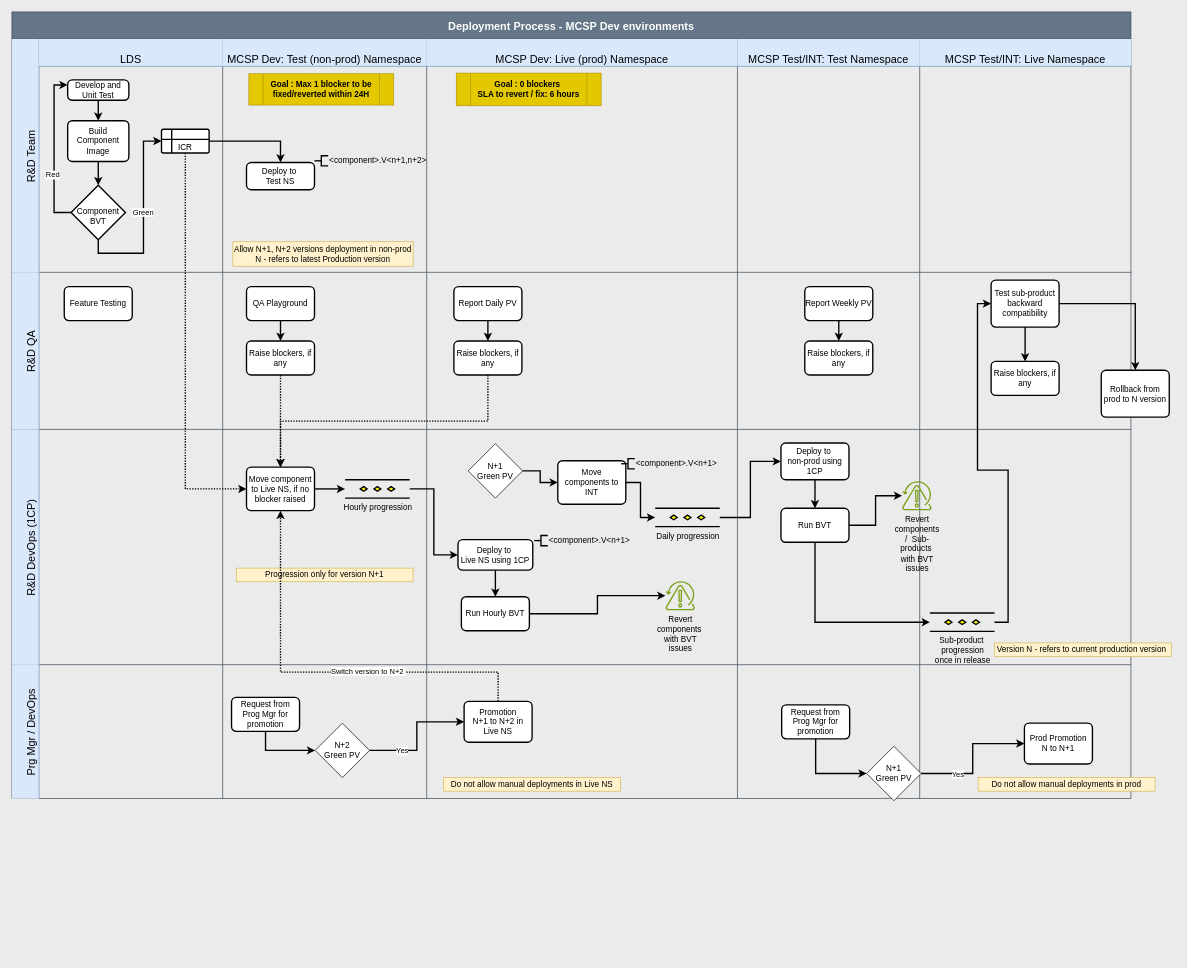
Above: page "Dev Env" (1 of 2) of Release process.drawio in prasad-gsk-IBM/myibmrepo-prasad (draw.io), before the change. Source tidied: cells renumbered, new cells numbered last; positions are measured from the earlier drawing's top-left corner, leaving out a move shared by most shapes. Both pictures are drawn from the tidied source at 68%, with x=0, y=0 at pixel (12, 12).
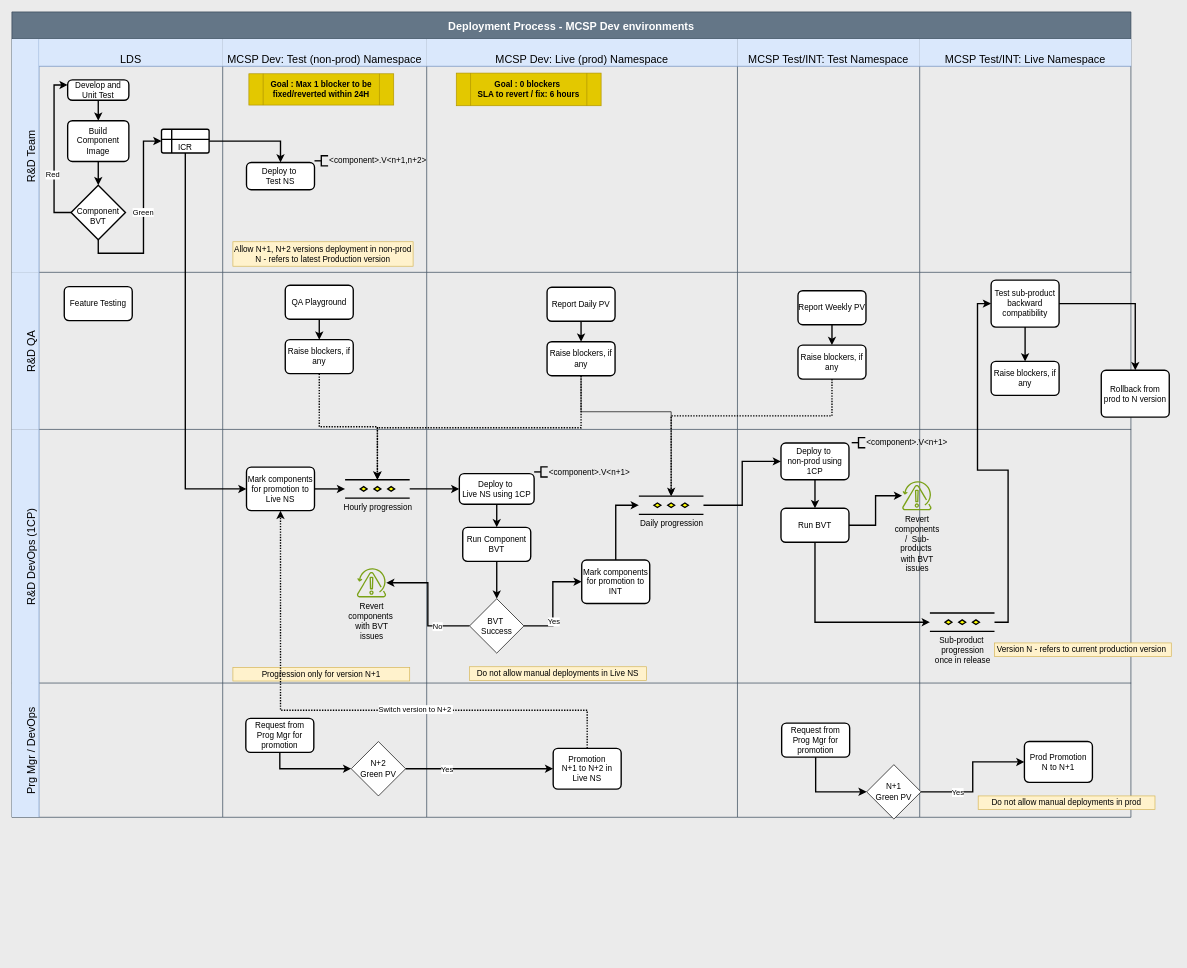
Above is the later version.

The change refers to these unchanged cells:
```xml
<mxCell id="11" value="ICR" style="shape=internalStorage;whiteSpace=wrap;html=1;dx=15;dy=15;rounded=1;arcSize=8;strokeWidth=2;verticalAlign=bottom;" parent="4" vertex="1">
  <mxGeometry x="180" y="132.5" width="70" height="35" as="geometry" />
</mxCell>
<mxCell id="28" style="swimlane;swimlaneHead=0;swimlaneBody=0;fontStyle=0;strokeColor=#6c8ebf;fillColor=#dae8fc;startSize=0;fontSize=16;verticalAlign=bottom;strokeWidth=2;" parent="25" vertex="1">
  <mxGeometry x="310" width="300" height="231" as="geometry" />
</mxCell>
<mxCell id="32" style="swimlane;swimlaneHead=0;swimlaneBody=0;fontStyle=0;strokeColor=#6c8ebf;fillColor=#dae8fc;startSize=0;fontSize=16;verticalAlign=bottom;strokeWidth=2;" parent="25" vertex="1">
  <mxGeometry x="610" width="457" height="231" as="geometry" />
</mxCell>
<mxCell id="36" style="swimlane;swimlaneHead=0;swimlaneBody=0;fontStyle=0;strokeColor=#6c8ebf;fillColor=#dae8fc;startSize=0;fontSize=16;verticalAlign=bottom;strokeWidth=2;" parent="25" vertex="1">
  <mxGeometry x="1067" width="268" height="231" as="geometry" />
</mxCell>
<mxCell id="51" value="Hourly progression" style="verticalLabelPosition=bottom;verticalAlign=top;html=1;shape=mxgraph.flowchart.parallel_mode;strokeWidth=2;" parent="48" vertex="1">
  <mxGeometry x="180" y="74" width="95" height="27" as="geometry" />
</mxCell>
<mxCell id="63" style="edgeStyle=orthogonalEdgeStyle;rounded=0;jettySize=auto;html=1;exitX=1;exitY=0.5;exitDx=0;exitDy=0;strokeWidth=2;entryX=0;entryY=0.5;entryDx=0;entryDy=0;" parent="53" edge="1" source="61" target="62">
  <mxGeometry relative="1" as="geometry" />
</mxCell>
<mxCell id="83" style="swimlane;swimlaneHead=0;swimlaneBody=0;fontStyle=0;strokeColor=#6c8ebf;fillColor=#dae8fc;startSize=0;fontSize=16;verticalAlign=bottom;" parent="81" vertex="1">
  <mxGeometry x="310" width="300" height="197" as="geometry" />
</mxCell>
<mxCell id="87" style="swimlane;swimlaneHead=0;swimlaneBody=0;fontStyle=0;strokeColor=#6c8ebf;fillColor=#dae8fc;startSize=0;fontSize=16;verticalAlign=bottom;" parent="81" vertex="1">
  <mxGeometry x="610" width="457" height="197" as="geometry" />
</mxCell>
```

The edit, as a diff of the source:
```diff
@@
     <mxCell id="2" value="Deployment Process - MCSP Dev environments" style="shape=table;childLayout=tableLayout;startSize=40;fontSize=16;fontStyle=1;fillColor=#647687;fontColor=#ffffff;strokeColor=#314354;" parent="1" vertex="1">
-      <mxGeometry width="1645.6" height="1156.7" as="geometry" />
+      <mxGeometry width="1645.6" height="1184.4" as="geometry" />
     </mxCell>
@@
     <mxCell id="30" value="QA Playground" style="rounded=1;whiteSpace=wrap;html=1;absoluteArcSize=1;arcSize=14;strokeWidth=2;" parent="28" vertex="1">
-      <mxGeometry x="35" y="21" width="100" height="50" as="geometry" />
+      <mxGeometry x="92" y="19" width="100" height="50" as="geometry" />
     </mxCell>
     <mxCell id="31" value="Raise blockers, if any" style="rounded=1;whiteSpace=wrap;html=1;absoluteArcSize=1;arcSize=14;strokeWidth=2;" parent="28" vertex="1">
-      <mxGeometry x="35" y="101" width="100" height="50" as="geometry" />
+      <mxGeometry x="92" y="99" width="100" height="50" as="geometry" />
     </mxCell>
@@
     <mxCell id="34" value="Report Daily PV" style="rounded=1;whiteSpace=wrap;html=1;absoluteArcSize=1;arcSize=14;strokeWidth=2;" parent="32" vertex="1">
-      <mxGeometry x="40" y="21" width="100" height="50" as="geometry" />
+      <mxGeometry x="177" y="22" width="100" height="50" as="geometry" />
     </mxCell>
     <mxCell id="35" value="Raise blockers, if any" style="rounded=1;whiteSpace=wrap;html=1;absoluteArcSize=1;arcSize=14;strokeWidth=2;" parent="32" vertex="1">
-      <mxGeometry x="40" y="101" width="100" height="50" as="geometry" />
+      <mxGeometry x="177" y="102" width="100" height="50" as="geometry" />
     </mxCell>
@@
     <mxCell id="37" value="Report Weekly PV" style="rounded=1;whiteSpace=wrap;html=1;absoluteArcSize=1;arcSize=14;strokeWidth=2;" parent="36" vertex="1">
-      <mxGeometry x="99" y="21" width="100" height="50" as="geometry" />
+      <mxGeometry x="89" y="27" width="100" height="50" as="geometry" />
     </mxCell>
     <mxCell id="38" value="Raise blockers, if any" style="rounded=1;whiteSpace=wrap;html=1;absoluteArcSize=1;arcSize=14;strokeWidth=2;" parent="36" vertex="1">
-      <mxGeometry x="99" y="101" width="100" height="50" as="geometry" />
+      <mxGeometry x="89" y="107" width="100" height="50" as="geometry" />
     </mxCell>
@@
     <mxCell id="46" value="R&amp;D DevOps (1CP)" style="shape=tableRow;horizontal=0;swimlaneHead=0;swimlaneBody=0;top=0;left=0;strokeColor=#6c8ebf;bottom=0;right=0;fontStyle=0;fillColor=#dae8fc;startSize=40;fontSize=16;flipV=0;flipH=0;verticalAlign=bottom;" parent="2" vertex="1">
-      <mxGeometry y="614" width="1645.6" height="346" as="geometry" />
+      <mxGeometry y="614" width="1645.6" height="373" as="geometry" />
     </mxCell>
     <mxCell id="47" style="swimlane;swimlaneHead=0;swimlaneBody=0;fontStyle=0;strokeColor=#6c8ebf;fillColor=#dae8fc;startSize=0;fontSize=16;verticalAlign=bottom;" parent="46" vertex="1">
-      <mxGeometry x="40" width="270" height="346" as="geometry" />
+      <mxGeometry x="40" width="270" height="373" as="geometry" />
     </mxCell>
     <mxCell id="48" style="swimlane;swimlaneHead=0;swimlaneBody=0;fontStyle=0;strokeColor=#6c8ebf;fillColor=#dae8fc;startSize=0;fontSize=16;verticalAlign=bottom;" parent="46" vertex="1">
-      <mxGeometry x="310" width="300" height="346" as="geometry" />
+      <mxGeometry x="310" width="300" height="373" as="geometry" />
     </mxCell>
-    <mxCell id="49" value="Move component to Live NS, if no blocker raised" style="rounded=1;whiteSpace=wrap;html=1;absoluteArcSize=1;arcSize=14;strokeWidth=2;" parent="48" vertex="1">
+    <mxCell id="49" value="Mark components for promotion to Live NS" style="rounded=1;whiteSpace=wrap;html=1;absoluteArcSize=1;arcSize=14;strokeWidth=2;" parent="48" vertex="1">
       <mxGeometry x="35" y="55.5" width="100" height="64" as="geometry" />
     </mxCell>
@@
     <mxCell id="52" value="Progression only for version N+1" style="html=1;whiteSpace=wrap;fillColor=#fff2cc;strokeColor=#d6b656;" parent="48" vertex="1">
-      <mxGeometry x="20" y="204" width="260" height="20" as="geometry" />
+      <mxGeometry x="15" y="350" width="260" height="20" as="geometry" />
     </mxCell>
     <mxCell id="53" style="swimlane;swimlaneHead=0;swimlaneBody=0;fontStyle=0;strokeColor=#6c8ebf;fillColor=#dae8fc;startSize=0;fontSize=16;verticalAlign=bottom;" parent="46" vertex="1">
-      <mxGeometry x="610" width="457" height="346" as="geometry" />
+      <mxGeometry x="610" width="457" height="373" as="geometry" />
     </mxCell>
@@
     <mxCell id="55" value="Deploy to&amp;nbsp;&lt;div&gt;Live NS using 1CP&lt;/div&gt;" style="rounded=1;whiteSpace=wrap;html=1;absoluteArcSize=1;arcSize=14;strokeWidth=2;" parent="53" vertex="1">
-      <mxGeometry x="46" y="162" width="110" height="45" as="geometry" />
+      <mxGeometry x="48" y="65" width="110" height="45" as="geometry" />
     </mxCell>
     <mxCell id="56" value="&amp;lt;component&amp;gt;.V&amp;lt;n+1&amp;gt;" style="strokeWidth=2;html=1;shape=mxgraph.flowchart.annotation_2;align=left;labelPosition=right;" parent="53" vertex="1">
-      <mxGeometry x="158" y="156" width="20" height="15" as="geometry" />
+      <mxGeometry x="158" y="55" width="20" height="15" as="geometry" />
     </mxCell>
-    <mxCell id="57" value="Run Hourly BVT" style="rounded=1;whiteSpace=wrap;html=1;absoluteArcSize=1;arcSize=14;strokeWidth=2;" parent="53" vertex="1">
-      <mxGeometry x="51" y="246" width="100" height="50" as="geometry" />
+    <mxCell id="57" value="Run Component&lt;div&gt;BVT&lt;/div&gt;" style="rounded=1;whiteSpace=wrap;html=1;absoluteArcSize=1;arcSize=14;strokeWidth=2;" parent="53" vertex="1">
+      <mxGeometry x="53" y="144" width="100" height="50" as="geometry" />
     </mxCell>
@@
-    <mxCell id="59" style="edgeStyle=orthogonalEdgeStyle;rounded=0;jettySize=auto;html=1;entryX=1;entryY=0.5;entryDx=0;entryDy=0;strokeWidth=2;startArrow=classic;startFill=1;endArrow=none;" parent="53" edge="1" source="60" target="57">
+    <mxCell id="59" style="edgeStyle=orthogonalEdgeStyle;rounded=0;jettySize=auto;html=1;entryX=0;entryY=0.5;entryDx=0;entryDy=0;strokeWidth=2;startArrow=classic;startFill=1;endArrow=none;" parent="53" edge="1" source="60" target="61">
       <mxGeometry relative="1" as="geometry" />
     </mxCell>
+    <mxCell id="109" value="No" style="edgeLabel;html=1;align=center;verticalAlign=middle;" parent="59" vertex="1">
+      <mxGeometry x="0.49" relative="1" as="geometry" />
+    </mxCell>
+    <mxCell id="64" value="Daily progression" style="verticalLabelPosition=bottom;verticalAlign=top;html=1;shape=mxgraph.flowchart.parallel_mode;strokeWidth=2;" parent="53" vertex="1">
+      <mxGeometry x="312" y="98" width="95" height="27" as="geometry" />
+    </mxCell>
+    <mxCell id="89" value="Do not allow manual deployments in Live NS" style="html=1;whiteSpace=wrap;fillColor=#fff2cc;strokeColor=#d6b656;" parent="53" vertex="1">
+      <mxGeometry x="63" y="349" width="260" height="20" as="geometry" />
+    </mxCell>
+    <mxCell id="61" value="BVT&amp;nbsp;&lt;div&gt;Success&lt;/div&gt;" style="rhombus;whiteSpace=wrap;html=1;" parent="53" vertex="1">
+      <mxGeometry x="63" y="249" width="80" height="80" as="geometry" />
+    </mxCell>
     <mxCell id="60" value="&lt;span style=&quot;color: rgb(0, 0, 0); text-wrap-mode: wrap;&quot;&gt;Revert components&amp;nbsp;&lt;/span&gt;&lt;div&gt;&lt;span style=&quot;color: rgb(0, 0, 0); text-wrap-mode: wrap;&quot;&gt;with BVT issues&lt;/span&gt;&lt;/div&gt;" style="sketch=0;outlineConnect=0;fontColor=#232F3E;gradientColor=none;fillColor=#7AA116;strokeColor=none;dashed=0;verticalLabelPosition=bottom;verticalAlign=top;align=center;html=1;fontSize=12;fontStyle=0;shape=mxgraph.aws4.backup_recovery_point_objective;" parent="53" vertex="1">
-      <mxGeometry x="351" y="223" width="43.6" height="43" as="geometry" />
+      <mxGeometry x="-103" y="204" width="43.6" height="43" as="geometry" />
     </mxCell>
-    <mxCell id="61" value="N+1&lt;div&gt;Green PV&lt;/div&gt;" style="rhombus;whiteSpace=wrap;html=1;" parent="53" vertex="1">
-      <mxGeometry x="61" y="21" width="80" height="80" as="geometry" />
-    </mxCell>
-    <mxCell id="62" value="Move components to INT" style="rounded=1;whiteSpace=wrap;html=1;absoluteArcSize=1;arcSize=14;strokeWidth=2;" parent="53" vertex="1">
-      <mxGeometry x="192.8" y="46" width="100" height="64" as="geometry" />
+    <mxCell id="62" value="Mark components for promotion to INT" style="rounded=1;whiteSpace=wrap;html=1;absoluteArcSize=1;arcSize=14;strokeWidth=2;" parent="53" vertex="1">
+      <mxGeometry x="228" y="192" width="100" height="64" as="geometry" />
     </mxCell>
+    <mxCell id="65" style="edgeStyle=orthogonalEdgeStyle;rounded=0;jettySize=auto;html=1;exitX=0.5;exitY=0;exitDx=0;exitDy=0;entryX=0;entryY=0.5;entryDx=0;entryDy=0;strokeWidth=2;" parent="53" edge="1" source="62" target="64">
+      <mxGeometry relative="1" as="geometry" />
+    </mxCell>
@@
-    <mxCell id="64" value="Daily progression" style="verticalLabelPosition=bottom;verticalAlign=top;html=1;shape=mxgraph.flowchart.parallel_mode;strokeWidth=2;" parent="53" vertex="1">
-      <mxGeometry x="336" y="116" width="95" height="27" as="geometry" />
-    </mxCell>
-    <mxCell id="65" style="edgeStyle=orthogonalEdgeStyle;rounded=0;jettySize=auto;html=1;exitX=1;exitY=0.5;exitDx=0;exitDy=0;entryX=0;entryY=0.5;entryDx=0;entryDy=0;strokeWidth=2;" parent="53" edge="1" source="62" target="64">
-      <mxGeometry relative="1" as="geometry" />
-    </mxCell>
+    <mxCell id="110" value="Yes" style="edgeLabel;html=1;align=center;verticalAlign=middle;" parent="63" vertex="1">
+      <mxGeometry x="-0.34" y="-1" relative="1" as="geometry" />
+    </mxCell>
+    <mxCell id="111" style="edgeStyle=none;rounded=0;jettySize=auto;html=1;exitX=0.5;exitY=1;exitDx=0;exitDy=0;entryX=0.5;entryY=0;entryDx=0;entryDy=0;strokeWidth=2;" parent="53" edge="1" source="57" target="61">
+      <mxGeometry relative="1" as="geometry" />
+    </mxCell>
     <mxCell id="66" style="swimlane;swimlaneHead=0;swimlaneBody=0;fontStyle=0;strokeColor=#6c8ebf;fillColor=#dae8fc;startSize=0;fontSize=16;verticalAlign=bottom;" parent="46" vertex="1">
-      <mxGeometry x="1067" width="268" height="346" as="geometry" />
+      <mxGeometry x="1067" width="268" height="373" as="geometry" />
     </mxCell>
@@
+    <mxCell id="107" value="&amp;lt;component&amp;gt;.V&amp;lt;n+1&amp;gt;" style="strokeWidth=2;html=1;shape=mxgraph.flowchart.annotation_2;align=left;labelPosition=right;" parent="66" vertex="1">
+      <mxGeometry x="168" y="12" width="20" height="15" as="geometry" />
+    </mxCell>
+    <mxCell id="108" style="edgeStyle=none;rounded=0;orthogonalLoop=1;jettySize=auto;html=1;exitX=1;exitY=0.5;exitDx=0;exitDy=0;exitPerimeter=0;" parent="66" edge="1" source="107" target="107">
+      <mxGeometry relative="1" as="geometry" />
+    </mxCell>
     <mxCell id="77" style="swimlane;swimlaneHead=0;swimlaneBody=0;fontStyle=0;strokeColor=#6c8ebf;fillColor=#dae8fc;startSize=0;fontSize=16;verticalAlign=bottom;" parent="46" vertex="1">
-      <mxGeometry x="1335" width="311" height="346" as="geometry" />
+      <mxGeometry x="1335" width="311" height="373" as="geometry" />
     </mxCell>
@@
     <mxCell id="81" value="Prg Mgr / DevOps" style="shape=tableRow;horizontal=0;swimlaneHead=0;swimlaneBody=0;top=0;left=0;strokeColor=#6c8ebf;bottom=0;right=0;fontStyle=0;fillColor=#dae8fc;startSize=40;fontSize=16;flipV=0;flipH=0;verticalAlign=bottom;" parent="2" vertex="1">
-      <mxGeometry y="960" width="1645.6" height="197" as="geometry" />
+      <mxGeometry y="987" width="1645.6" height="197" as="geometry" />
     </mxCell>
@@
     <mxCell id="84" value="N+2&lt;div&gt;Green PV&lt;/div&gt;" style="rhombus;whiteSpace=wrap;html=1;" parent="83" vertex="1">
-      <mxGeometry x="136" y="86" width="80" height="80" as="geometry" />
+      <mxGeometry x="189" y="86" width="80" height="80" as="geometry" />
     </mxCell>
@@
     <mxCell id="86" value="Request from Prog Mgr for promotion" style="rounded=1;whiteSpace=wrap;html=1;absoluteArcSize=1;arcSize=14;strokeWidth=2;" parent="83" vertex="1">
-      <mxGeometry x="13" y="48" width="100" height="50" as="geometry" />
+      <mxGeometry x="34" y="52" width="100" height="50" as="geometry" />
     </mxCell>
@@
     <mxCell id="88" value="Promotion&lt;div&gt;N+1 to N+2 in Live NS&lt;/div&gt;" style="rounded=1;whiteSpace=wrap;html=1;absoluteArcSize=1;arcSize=14;strokeWidth=2;" parent="87" vertex="1">
-      <mxGeometry x="55" y="54" width="100" height="60" as="geometry" />
+      <mxGeometry x="186" y="96" width="100" height="60" as="geometry" />
     </mxCell>
-    <mxCell id="89" value="Do not allow manual deployments in Live NS" style="html=1;whiteSpace=wrap;fillColor=#fff2cc;strokeColor=#d6b656;" parent="87" vertex="1">
-      <mxGeometry x="25" y="166" width="260" height="20" as="geometry" />
-    </mxCell>
@@
-    <mxCell id="101" style="edgeStyle=orthogonalEdgeStyle;rounded=0;jettySize=auto;html=1;exitX=0.5;exitY=1;exitDx=0;exitDy=0;entryX=0;entryY=0.5;entryDx=0;entryDy=0;strokeWidth=2;dashed=1;dashPattern=1 1;" parent="2" edge="1" source="11" target="49">
+    <mxCell id="101" style="edgeStyle=orthogonalEdgeStyle;rounded=0;jettySize=auto;html=1;exitX=0.5;exitY=1;exitDx=0;exitDy=0;entryX=0;entryY=0.5;entryDx=0;entryDy=0;strokeWidth=2;dashPattern=1 1;" parent="2" edge="1" source="11" target="49">
       <mxGeometry relative="1" as="geometry" />
     </mxCell>
-    <mxCell id="102" style="edgeStyle=orthogonalEdgeStyle;rounded=0;jettySize=auto;html=1;exitX=0.5;exitY=1;exitDx=0;exitDy=0;entryX=0.5;entryY=0;entryDx=0;entryDy=0;strokeWidth=2;dashed=1;dashPattern=1 1;" parent="2" edge="1" source="31" target="49">
+    <mxCell id="102" style="edgeStyle=orthogonalEdgeStyle;rounded=0;jettySize=auto;html=1;exitX=0.5;exitY=1;exitDx=0;exitDy=0;entryX=0.5;entryY=0;entryDx=0;entryDy=0;strokeWidth=2;dashed=1;dashPattern=1 1;entryPerimeter=0;" parent="2" edge="1" source="31" target="51">
       <mxGeometry relative="1" as="geometry" />
     </mxCell>
-    <mxCell id="103" style="edgeStyle=orthogonalEdgeStyle;rounded=0;jettySize=auto;html=1;strokeWidth=2;dashed=1;dashPattern=1 1;exitX=0.5;exitY=1;exitDx=0;exitDy=0;entryX=0.5;entryY=0;entryDx=0;entryDy=0;" parent="2" edge="1" source="35" target="49">
+    <mxCell id="103" style="edgeStyle=orthogonalEdgeStyle;rounded=0;jettySize=auto;html=1;strokeWidth=2;dashed=1;dashPattern=1 1;exitX=0.5;exitY=1;exitDx=0;exitDy=0;entryX=0.5;entryY=0;entryDx=0;entryDy=0;entryPerimeter=0;" parent="2" edge="1" source="35" target="51">
       <mxGeometry relative="1" as="geometry" />
     </mxCell>
-    <mxCell id="104" style="edgeStyle=orthogonalEdgeStyle;rounded=0;jettySize=auto;html=1;exitX=0.5;exitY=0;exitDx=0;exitDy=0;entryX=0.5;entryY=1;entryDx=0;entryDy=0;strokeWidth=2;dashed=1;dashPattern=1 1;" parent="2" edge="1" source="88" target="49">
+    <mxCell id="104" style="edgeStyle=orthogonalEdgeStyle;rounded=0;jettySize=auto;html=1;entryX=0.5;entryY=1;entryDx=0;entryDy=0;strokeWidth=2;dashed=1;dashPattern=1 1;exitX=0.5;exitY=0;exitDx=0;exitDy=0;" parent="2" edge="1" source="88" target="49">
       <mxGeometry relative="1" as="geometry">
         <Array as="points">
-          <mxPoint x="715" y="971" />
-          <mxPoint x="395" y="971" />
+          <mxPoint x="846" y="1027" />
+          <mxPoint x="395" y="1027" />
         </Array>
       </mxGeometry>
     </mxCell>
@@
-    <mxCell id="107" value="&amp;lt;component&amp;gt;.V&amp;lt;n+1&amp;gt;" style="strokeWidth=2;html=1;shape=mxgraph.flowchart.annotation_2;align=left;labelPosition=right;" parent="1" vertex="1">
-      <mxGeometry x="896" y="657" width="20" height="15" as="geometry" />
-    </mxCell>
-    <mxCell id="108" style="edgeStyle=none;rounded=0;orthogonalLoop=1;jettySize=auto;html=1;exitX=1;exitY=0.5;exitDx=0;exitDy=0;exitPerimeter=0;" parent="1" edge="1" source="107" target="107">
-      <mxGeometry relative="1" as="geometry" />
-    </mxCell>
+    <mxCell id="112" style="edgeStyle=orthogonalEdgeStyle;rounded=0;jettySize=auto;html=1;strokeWidth=2;dashed=1;dashPattern=1 1;exitX=0.5;exitY=1;exitDx=0;exitDy=0;entryX=0.5;entryY=0;entryDx=0;entryDy=0;entryPerimeter=0;" parent="2" edge="1" source="38" target="64">
+      <mxGeometry relative="1" as="geometry">
+        <Array as="points">
+          <mxPoint x="1206" y="594" />
+          <mxPoint x="970" y="594" />
+        </Array>
+      </mxGeometry>
+    </mxCell>
+    <mxCell id="113" style="edgeStyle=orthogonalEdgeStyle;rounded=0;jettySize=auto;html=1;exitX=0.5;exitY=1;exitDx=0;exitDy=0;entryX=0.5;entryY=0;entryDx=0;entryDy=0;entryPerimeter=0;" parent="2" edge="1" source="35" target="64">
+      <mxGeometry relative="1" as="geometry">
+        <Array as="points">
+          <mxPoint x="837" y="588" />
+          <mxPoint x="970" y="588" />
+        </Array>
+      </mxGeometry>
+    </mxCell>
```
